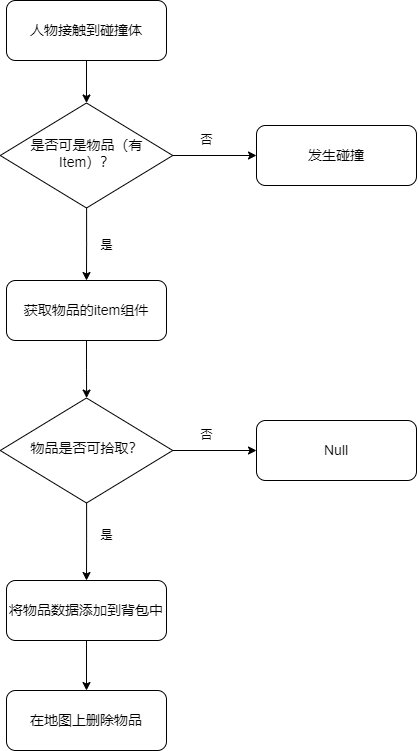
TRAVISZHAN/images keeps this draw.io diagram as draw/背包逻辑.drawio.png. Above is the earlier version. Source tidied: cells renumbered, new cells last; positions are measured from the earlier drawing's top-left corner, leaving out a move shared by most shapes.
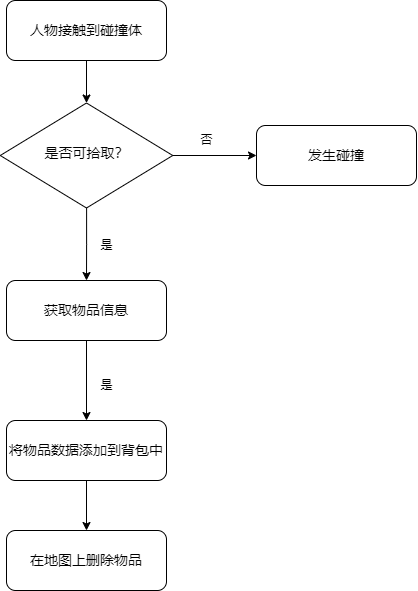
The same file after the commit.

Commit message:
更新背包逻辑.drawio.png

What changed in the source:
```diff
@@ -14,50 +14,35 @@
     <mxCell id="5" style="edgeStyle=orthogonalEdgeStyle;rounded=0;jettySize=auto;html=1;entryX=0;entryY=0.5;entryDx=0;entryDy=0;" parent="1" edge="1" source="6" target="7">
       <mxGeometry relative="1" as="geometry" />
     </mxCell>
-    <mxCell id="6" value="&lt;font style=&quot;font-size: 14px;&quot;&gt;是否可是物品（有Item）？&lt;/font&gt;" style="rhombus;whiteSpace=wrap;html=1;shadow=0;fontFamily=Helvetica;fontSize=12;align=center;strokeWidth=1;spacing=6;spacingTop=-4;" parent="1" vertex="1">
+    <mxCell id="6" value="&lt;font style=&quot;font-size: 14px;&quot;&gt;是否可拾取？&lt;/font&gt;" style="rhombus;whiteSpace=wrap;html=1;shadow=0;fontFamily=Helvetica;fontSize=12;align=center;strokeWidth=1;spacing=6;spacingTop=-4;" parent="1" vertex="1">
       <mxGeometry x="-0.2" y="102.5" width="172.5" height="105" as="geometry" />
     </mxCell>
     <mxCell id="7" value="&lt;font style=&quot;font-size: 14px;&quot;&gt;发生碰撞&lt;/font&gt;" style="rounded=1;whiteSpace=wrap;html=1;fontSize=12;glass=0;strokeWidth=1;shadow=0;" parent="1" vertex="1">
       <mxGeometry x="256" y="125" width="160" height="60" as="geometry" />
     </mxCell>
-    <mxCell id="8" style="edgeStyle=orthogonalEdgeStyle;rounded=0;jettySize=auto;html=1;entryX=0;entryY=0.5;entryDx=0;entryDy=0;" parent="1" edge="1" source="10" target="13">
-      <mxGeometry relative="1" as="geometry" />
-    </mxCell>
-    <mxCell id="9" style="edgeStyle=orthogonalEdgeStyle;rounded=0;jettySize=auto;html=1;entryX=0.5;entryY=0;entryDx=0;entryDy=0;" parent="1" edge="1" source="10" target="12">
-      <mxGeometry relative="1" as="geometry" />
-    </mxCell>
-    <mxCell id="10" value="&lt;font style=&quot;font-size: 14px;&quot;&gt;物品是否可拾取？&lt;/font&gt;" style="rhombus;whiteSpace=wrap;html=1;shadow=0;fontFamily=Helvetica;fontSize=12;align=center;strokeWidth=1;spacing=6;spacingTop=-4;" parent="1" vertex="1">
-      <mxGeometry x="-0.2" y="397.5" width="172.5" height="105" as="geometry" />
-    </mxCell>
     <mxCell id="11" style="edgeStyle=orthogonalEdgeStyle;rounded=0;jettySize=auto;html=1;" parent="1" edge="1" source="12" target="19">
       <mxGeometry relative="1" as="geometry" />
     </mxCell>
     <mxCell id="12" value="&lt;font style=&quot;font-size: 14px;&quot;&gt;将物品数据添加到背包中&lt;/font&gt;" style="rounded=1;whiteSpace=wrap;html=1;fontSize=12;glass=0;strokeWidth=1;shadow=0;" parent="1" vertex="1">
-      <mxGeometry x="6" y="580" width="160" height="60" as="geometry" />
+      <mxGeometry x="6" y="420" width="160" height="60" as="geometry" />
     </mxCell>
-    <mxCell id="13" value="&lt;font style=&quot;font-size: 14px;&quot;&gt;Null&lt;/font&gt;" style="rounded=1;whiteSpace=wrap;html=1;fontSize=12;glass=0;strokeWidth=1;shadow=0;" parent="1" vertex="1">
-      <mxGeometry x="256" y="420" width="160" height="60" as="geometry" />
-    </mxCell>
     <mxCell id="14" value="是" style="text;html=1;align=center;verticalAlign=middle;strokeColor=none;fillColor=none;" parent="1" vertex="1">
       <mxGeometry x="86" y="230" width="40" height="30" as="geometry" />
     </mxCell>
-    <mxCell id="15" style="edgeStyle=orthogonalEdgeStyle;rounded=0;jettySize=auto;html=1;" parent="1" edge="1" source="16" target="10">
+    <mxCell id="15" style="edgeStyle=orthogonalEdgeStyle;rounded=0;jettySize=auto;html=1;entryX=0.5;entryY=0;entryDx=0;entryDy=0;" parent="1" edge="1" source="16" target="12">
       <mxGeometry relative="1" as="geometry" />
     </mxCell>
-    <mxCell id="16" value="&lt;font style=&quot;font-size: 14px;&quot;&gt;获取物品的item组件&lt;/font&gt;" style="rounded=1;whiteSpace=wrap;html=1;glass=0;strokeWidth=1;shadow=0;" parent="1" vertex="1">
+    <mxCell id="16" value="&lt;font style=&quot;font-size: 14px;&quot;&gt;获取物品信息&lt;/font&gt;" style="rounded=1;whiteSpace=wrap;html=1;glass=0;strokeWidth=1;shadow=0;" parent="1" vertex="1">
       <mxGeometry x="6" y="280" width="160" height="60" as="geometry" />
     </mxCell>
     <mxCell id="17" value="否" style="text;html=1;align=center;verticalAlign=middle;strokeColor=none;fillColor=none;" parent="1" vertex="1">
       <mxGeometry x="186" y="125" width="40" height="30" as="geometry" />
     </mxCell>
+    <mxCell id="19" value="&lt;font style=&quot;font-size: 14px;&quot;&gt;在地图上删除物品&lt;/font&gt;" style="whiteSpace=wrap;html=1;rounded=1;glass=0;strokeWidth=1;shadow=0;" parent="1" vertex="1">
+      <mxGeometry x="6" y="530" width="160" height="60" as="geometry" />
+    </mxCell>
     <mxCell id="18" value="是" style="text;html=1;align=center;verticalAlign=middle;strokeColor=none;fillColor=none;" parent="1" vertex="1">
-      <mxGeometry x="86" y="520" width="40" height="30" as="geometry" />
+      <mxGeometry x="86" y="370" width="40" height="30" as="geometry" />
     </mxCell>
-    <mxCell id="19" value="&lt;font style=&quot;font-size: 14px;&quot;&gt;在地图上删除物品&lt;/font&gt;" style="whiteSpace=wrap;html=1;rounded=1;glass=0;strokeWidth=1;shadow=0;" parent="1" vertex="1">
-      <mxGeometry x="6" y="690" width="160" height="60" as="geometry" />
-    </mxCell>
-    <mxCell id="20" value="否" style="text;html=1;align=center;verticalAlign=middle;strokeColor=none;fillColor=none;" parent="1" vertex="1">
-      <mxGeometry x="186" y="420" width="40" height="30" as="geometry" />
-    </mxCell>
   </root>
 </mxGraphModel>
```
